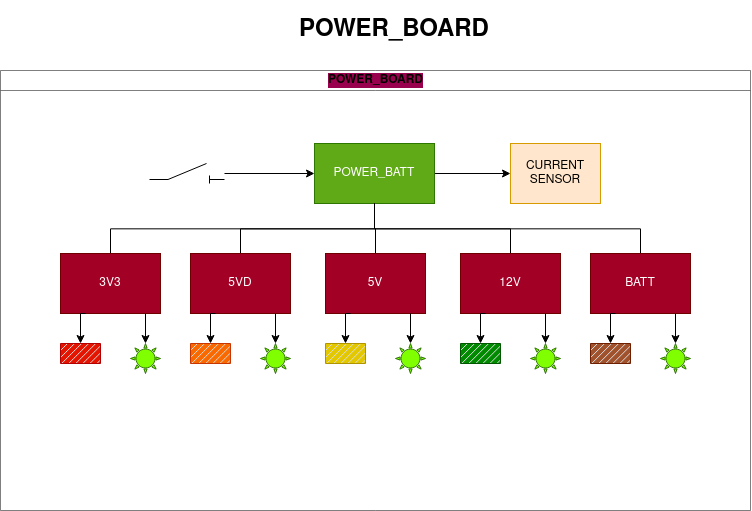
This is CubElec-POWER BOARD.drawio.png from f4deb/draw-io, a draw.io export, as it was before one commit. Source tidied: cells renumbered, new cells last; positions are measured from the earlier drawing's top-left corner, leaving out a move shared by most shapes.
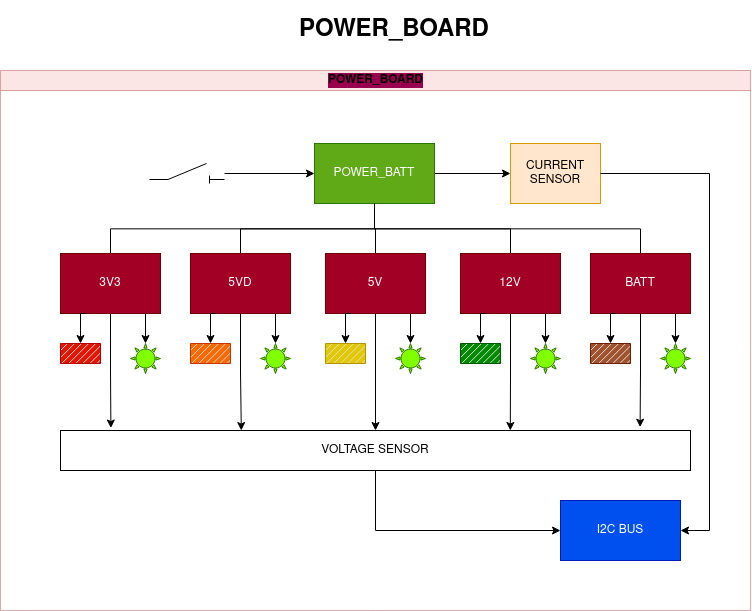
After the commit.

The edit, as a diff of the source:
```diff
@@ -2,8 +2,8 @@
   <root>
     <mxCell id="0" />
     <mxCell id="1" parent="0" />
-    <mxCell id="2" value="POWER_BOARD" style="swimlane;html=1;startSize=20;horizontal=1;containerType=tree;newEdgeStyle={&quot;edgeStyle&quot;:&quot;elbowEdgeStyle&quot;,&quot;startArrow&quot;:&quot;none&quot;,&quot;endArrow&quot;:&quot;none&quot;};rounded=0;labelBackgroundColor=#99004D;opacity=50;" parent="1" vertex="1">
-      <mxGeometry y="50" width="750" height="440" as="geometry" />
+    <mxCell id="2" value="POWER_BOARD" style="swimlane;html=1;startSize=20;horizontal=1;containerType=tree;newEdgeStyle={&quot;edgeStyle&quot;:&quot;elbowEdgeStyle&quot;,&quot;startArrow&quot;:&quot;none&quot;,&quot;endArrow&quot;:&quot;none&quot;};rounded=0;labelBackgroundColor=#99004D;opacity=50;fillColor=#f8cecc;strokeColor=#b85450;" parent="1" vertex="1">
+      <mxGeometry y="50" width="750" height="540" as="geometry" />
     </mxCell>
     <mxCell id="3" style="edgeStyle=elbowEdgeStyle;elbow=vertical;startArrow=none;endArrow=none;rounded=0;" parent="2" edge="1" source="6" target="7">
       <mxGeometry relative="1" as="geometry" />
@@ -17,27 +17,42 @@
     <mxCell id="6" value="POWER_BATT" style="whiteSpace=wrap;html=1;align=center;newEdgeStyle={&quot;edgeStyle&quot;:&quot;elbowEdgeStyle&quot;,&quot;startArrow&quot;:&quot;none&quot;,&quot;endArrow&quot;:&quot;none&quot;};fillColor=#60a917;strokeColor=#2D7600;fontColor=#ffffff;" parent="2" vertex="1">
       <mxGeometry x="314" y="73" width="120" height="60" as="geometry" />
     </mxCell>
+    <mxCell id="39" style="edgeStyle=orthogonalEdgeStyle;rounded=0;jettySize=auto;html=1;entryX=0.08;entryY=-0.062;entryDx=0;entryDy=0;entryPerimeter=0;" parent="2" edge="1" source="7" target="45">
+      <mxGeometry relative="1" as="geometry" />
+    </mxCell>
     <mxCell id="7" value="3V3" style="whiteSpace=wrap;html=1;align=center;verticalAlign=middle;newEdgeStyle={&quot;edgeStyle&quot;:&quot;elbowEdgeStyle&quot;,&quot;startArrow&quot;:&quot;none&quot;,&quot;endArrow&quot;:&quot;none&quot;};fillColor=#a20025;strokeColor=#6F0000;fontColor=#ffffff;" parent="2" vertex="1">
       <mxGeometry x="60" y="183" width="100" height="60" as="geometry" />
     </mxCell>
+    <mxCell id="40" style="edgeStyle=orthogonalEdgeStyle;rounded=0;jettySize=auto;html=1;exitX=0.5;exitY=1;exitDx=0;exitDy=0;entryX=0.287;entryY=0;entryDx=0;entryDy=0;entryPerimeter=0;" parent="2" edge="1" source="8" target="45">
+      <mxGeometry relative="1" as="geometry" />
+    </mxCell>
     <mxCell id="8" value="5VD" style="whiteSpace=wrap;html=1;align=center;verticalAlign=middle;newEdgeStyle={&quot;edgeStyle&quot;:&quot;elbowEdgeStyle&quot;,&quot;startArrow&quot;:&quot;none&quot;,&quot;endArrow&quot;:&quot;none&quot;};fillColor=#a20025;strokeColor=#6F0000;fontColor=#ffffff;" parent="2" vertex="1">
       <mxGeometry x="190" y="183" width="100" height="60" as="geometry" />
     </mxCell>
     <mxCell id="9" style="edgeStyle=elbowEdgeStyle;elbow=vertical;startArrow=none;endArrow=none;rounded=0;" parent="2" edge="1" source="6" target="10">
       <mxGeometry relative="1" as="geometry" />
     </mxCell>
+    <mxCell id="41" style="edgeStyle=orthogonalEdgeStyle;rounded=0;jettySize=auto;html=1;" parent="2" edge="1" source="10" target="45">
+      <mxGeometry relative="1" as="geometry" />
+    </mxCell>
     <mxCell id="10" value="5V" style="whiteSpace=wrap;html=1;align=center;verticalAlign=middle;newEdgeStyle={&quot;edgeStyle&quot;:&quot;elbowEdgeStyle&quot;,&quot;startArrow&quot;:&quot;none&quot;,&quot;endArrow&quot;:&quot;none&quot;};fillColor=#a20025;strokeColor=#6F0000;fontColor=#ffffff;" parent="2" vertex="1">
       <mxGeometry x="325" y="183" width="100" height="60" as="geometry" />
     </mxCell>
     <mxCell id="11" style="edgeStyle=elbowEdgeStyle;elbow=vertical;startArrow=none;endArrow=none;rounded=0;" parent="2" edge="1" source="6" target="12">
       <mxGeometry relative="1" as="geometry" />
     </mxCell>
+    <mxCell id="42" style="edgeStyle=orthogonalEdgeStyle;rounded=0;jettySize=auto;html=1;entryX=0.714;entryY=0;entryDx=0;entryDy=0;entryPerimeter=0;" parent="2" edge="1" source="12" target="45">
+      <mxGeometry relative="1" as="geometry" />
+    </mxCell>
     <mxCell id="12" value="12V" style="whiteSpace=wrap;html=1;align=center;verticalAlign=middle;newEdgeStyle={&quot;edgeStyle&quot;:&quot;elbowEdgeStyle&quot;,&quot;startArrow&quot;:&quot;none&quot;,&quot;endArrow&quot;:&quot;none&quot;};fillColor=#a20025;strokeColor=#6F0000;fontColor=#ffffff;" parent="2" vertex="1">
       <mxGeometry x="460" y="183" width="100" height="60" as="geometry" />
     </mxCell>
     <mxCell id="13" style="edgeStyle=elbowEdgeStyle;elbow=vertical;startArrow=none;endArrow=none;rounded=0;" parent="2" edge="1" source="6" target="14">
       <mxGeometry relative="1" as="geometry" />
     </mxCell>
+    <mxCell id="43" style="edgeStyle=orthogonalEdgeStyle;rounded=0;jettySize=auto;html=1;entryX=0.92;entryY=-0.083;entryDx=0;entryDy=0;entryPerimeter=0;" parent="2" edge="1" source="14" target="45">
+      <mxGeometry relative="1" as="geometry" />
+    </mxCell>
     <mxCell id="14" value="BATT" style="whiteSpace=wrap;html=1;align=center;verticalAlign=middle;newEdgeStyle={&quot;edgeStyle&quot;:&quot;elbowEdgeStyle&quot;,&quot;startArrow&quot;:&quot;none&quot;,&quot;endArrow&quot;:&quot;none&quot;};fillColor=#a20025;strokeColor=#6F0000;fontColor=#ffffff;" parent="2" vertex="1">
       <mxGeometry x="590" y="183" width="100" height="60" as="geometry" />
     </mxCell>
@@ -121,6 +136,23 @@
     <mxCell id="36" value="&lt;div&gt;CURRENT&lt;/div&gt;&lt;div&gt;SENSOR&lt;br&gt;&lt;/div&gt;" style="rounded=0;whiteSpace=wrap;html=1;fillColor=#ffe6cc;strokeColor=#d79b00;" parent="2" vertex="1">
       <mxGeometry x="510" y="73" width="90" height="60" as="geometry" />
     </mxCell>
+    <mxCell id="44" style="edgeStyle=orthogonalEdgeStyle;rounded=0;jettySize=auto;html=1;entryX=0;entryY=0.5;entryDx=0;entryDy=0;" parent="2" edge="1" source="45" target="46">
+      <mxGeometry relative="1" as="geometry" />
+    </mxCell>
+    <mxCell id="45" value="VOLTAGE SENSOR" style="rounded=0;whiteSpace=wrap;html=1;" parent="2" vertex="1">
+      <mxGeometry x="60" y="360" width="630" height="40" as="geometry" />
+    </mxCell>
+    <mxCell id="46" value="I2C BUS" style="rounded=0;whiteSpace=wrap;html=1;fillColor=#0050ef;fontColor=#ffffff;strokeColor=#001DBC;" parent="2" vertex="1">
+      <mxGeometry x="560" y="430" width="120" height="60" as="geometry" />
+    </mxCell>
+    <mxCell id="47" style="edgeStyle=orthogonalEdgeStyle;rounded=0;jettySize=auto;html=1;entryX=1;entryY=0.5;entryDx=0;entryDy=0;" parent="2" edge="1" source="36" target="46">
+      <mxGeometry relative="1" as="geometry">
+        <Array as="points">
+          <mxPoint x="709" y="103" />
+          <mxPoint x="709" y="460" />
+        </Array>
+      </mxGeometry>
+    </mxCell>
     <mxCell id="37" style="edgeStyle=orthogonalEdgeStyle;rounded=0;jettySize=auto;html=1;exitX=0.25;exitY=1;exitDx=0;exitDy=0;entryX=0.5;entryY=0;entryDx=0;entryDy=0;entryPerimeter=0;labelBackgroundColor=#660033;" parent="1" edge="1" target="33">
       <mxGeometry relative="1" as="geometry">
         <mxPoint x="615" y="293" as="sourcePoint" />
```
